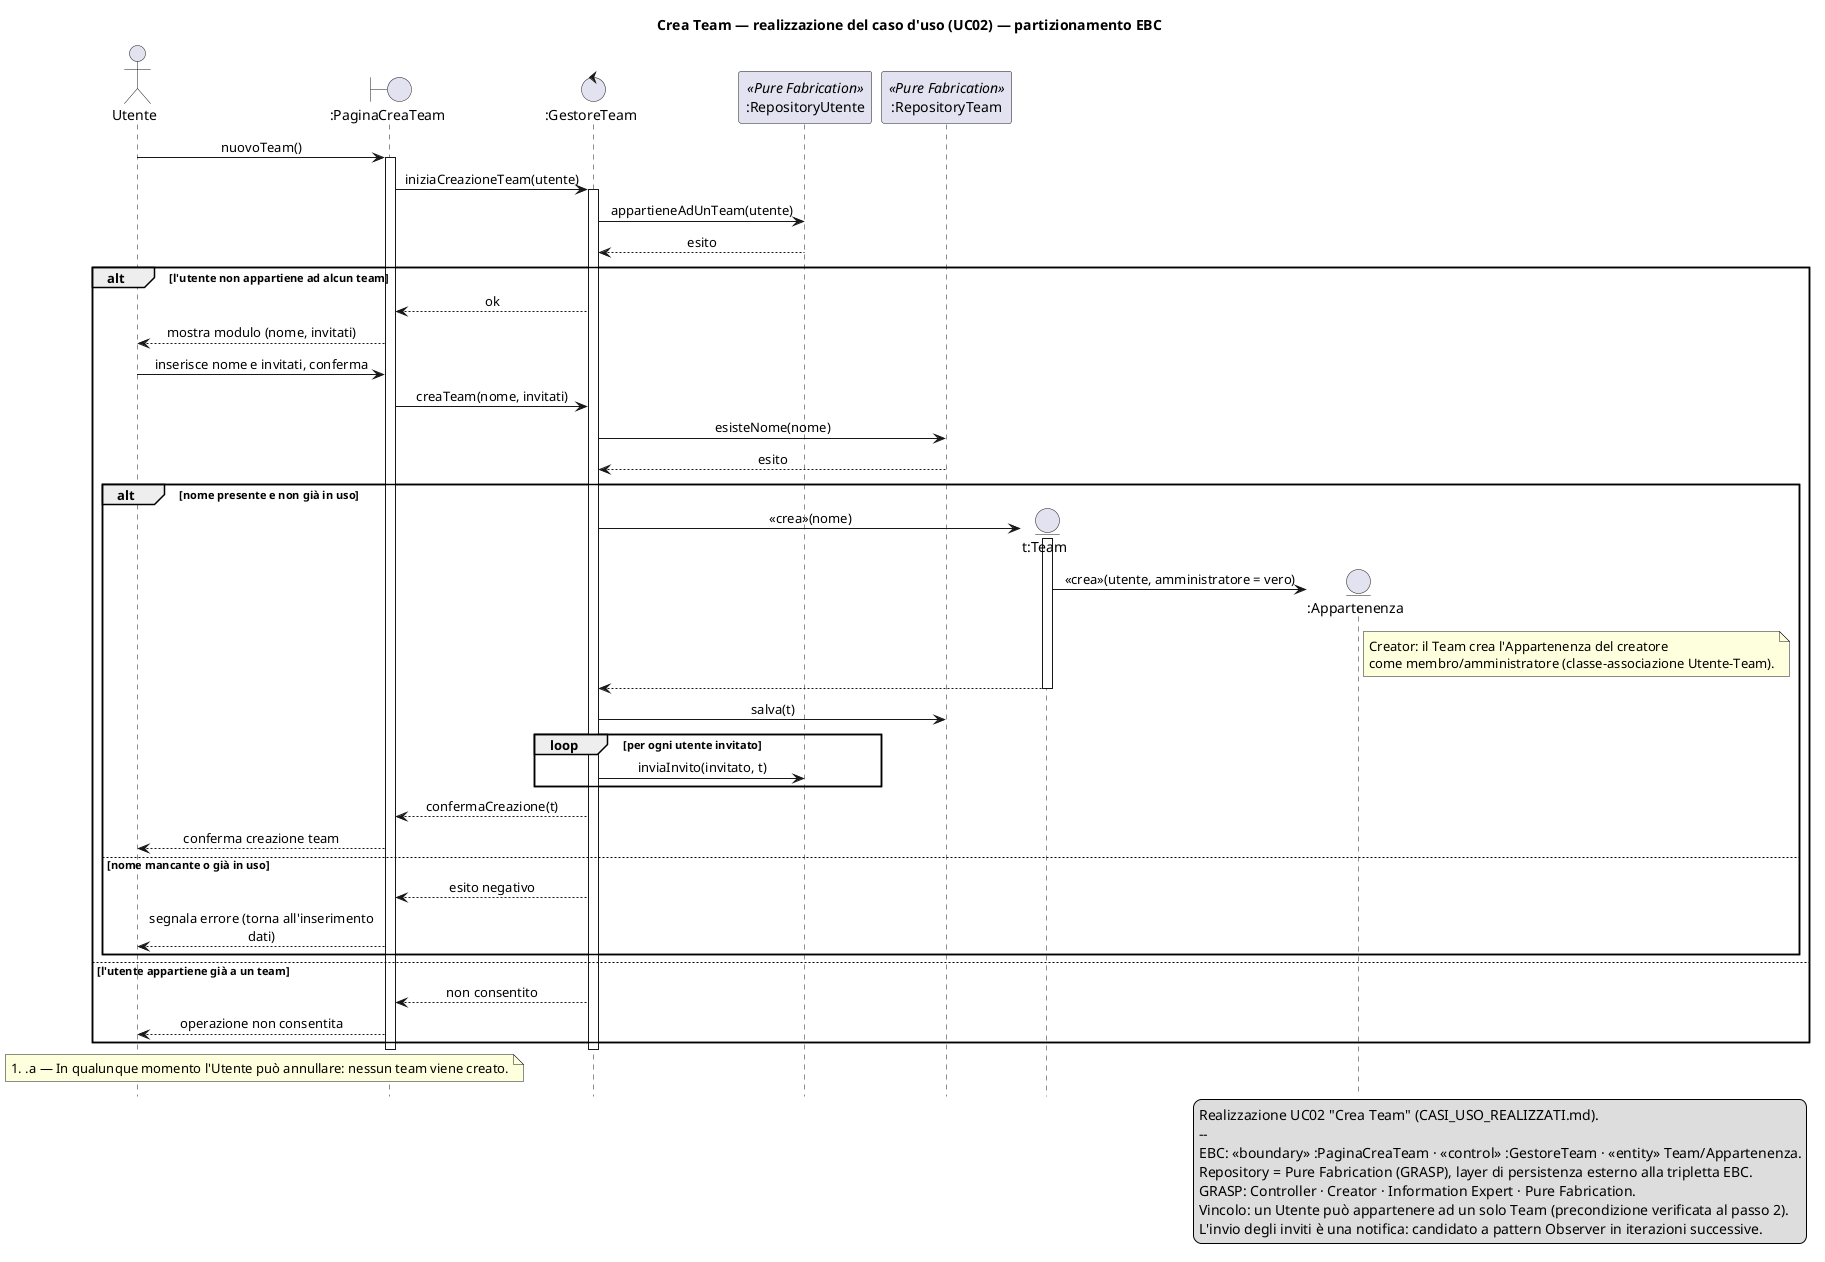
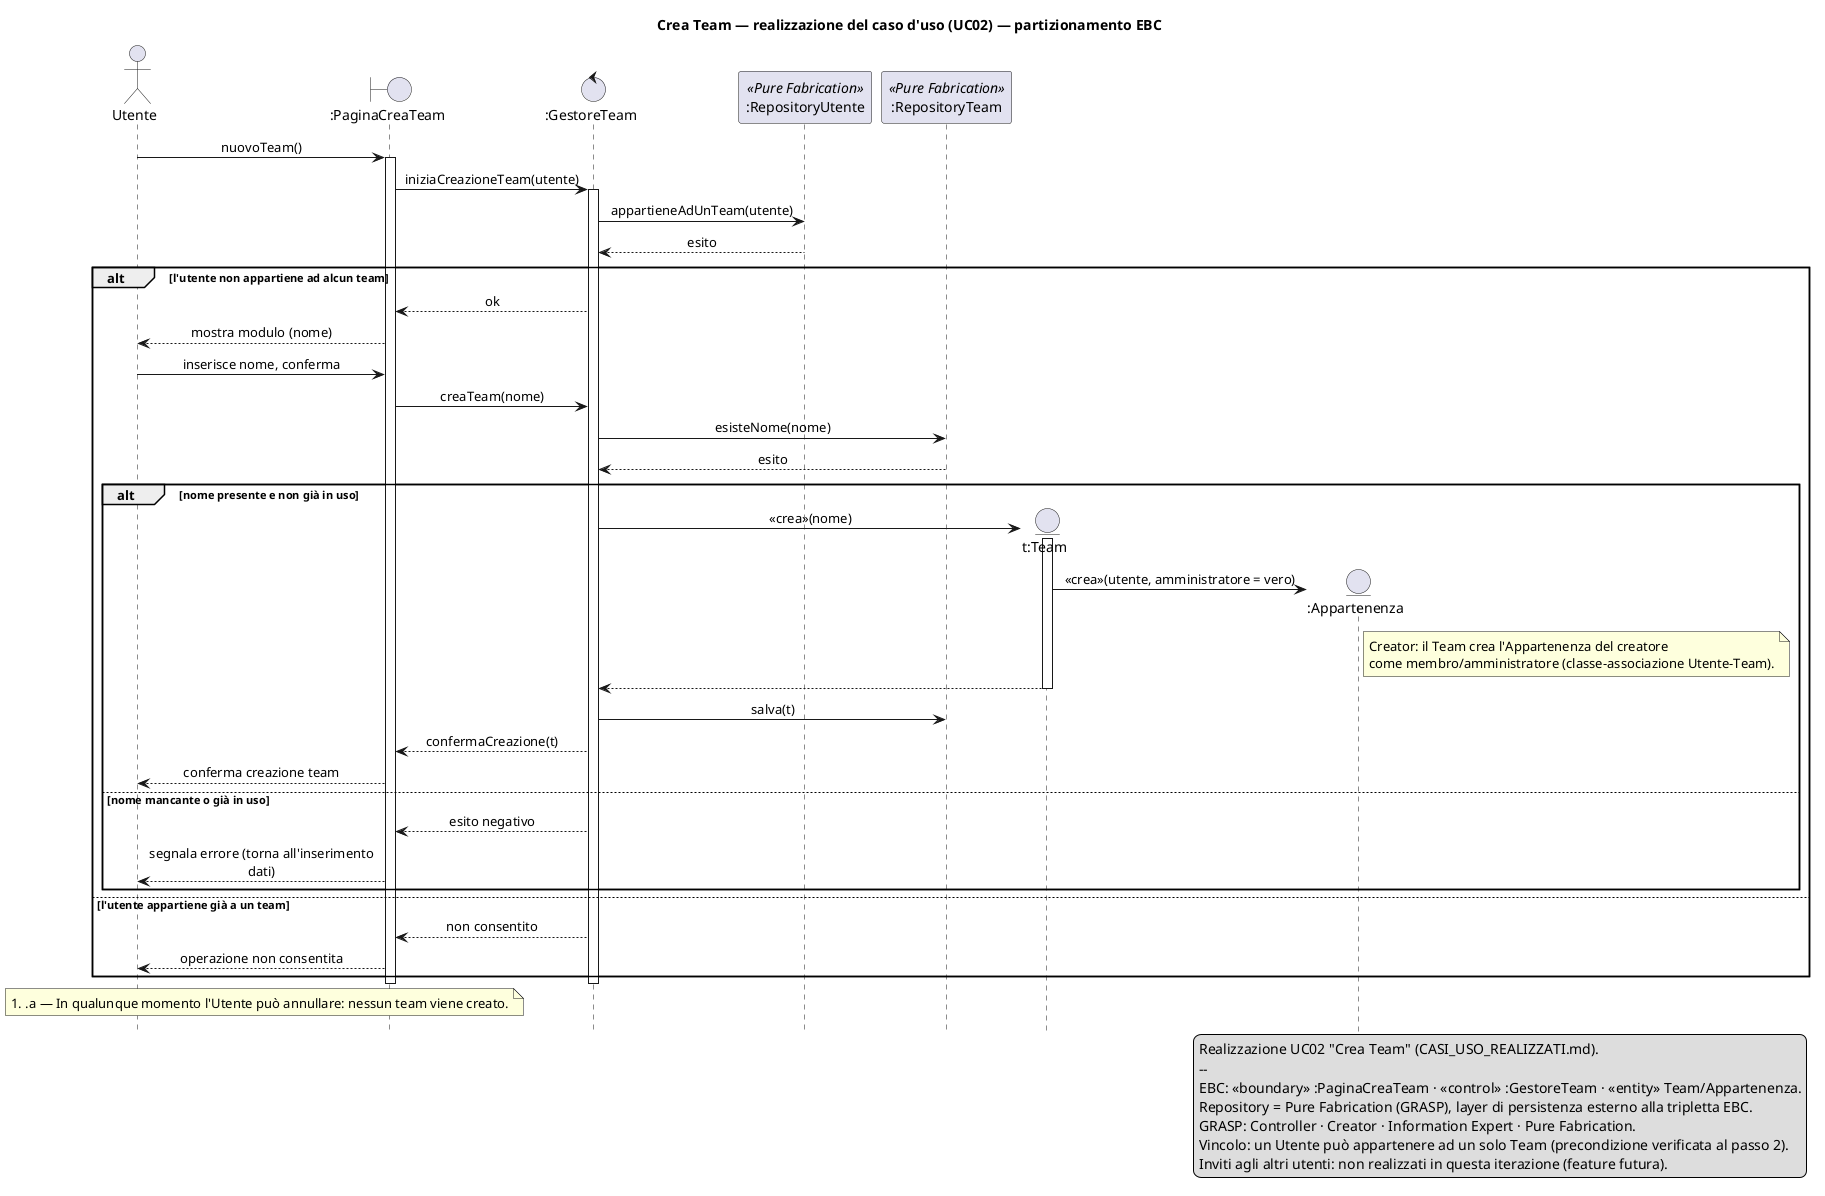
@startuml SEQ_CreaTeam
' DIAGRAMMA DI SEQUENZA - Realizzazione "Crea Team" (1a iterazione HackHub, UC02).
' Notazione: UML_05_Interazioni (linee di vita, focus, messaggi sincroni/ritorno/«crea», frammenti alt/opt/loop).
' Stile UML_05 slide 2: niente tipi dei parametri. Coerente con CLASSI_ANALISI_REALIZZATI.puml e CASI_USO_REALIZZATI.md.
' Partizionamento EBC: boundary = pagina UI, control = GestoreTeam (GRASP Controller, "il C del BCE"), entity = dominio.
' GRASP: Controller, Creator (Team crea l'Appartenenza del creatore), Information Expert,
'        Pure Fabrication (Repository: persistenza, complementare all'EBC).
' Nessun pattern State: il Team non ha un ciclo di vita a stati.
hide footbox
skinparam shadowing false
skinparam sequenceMessageAlign center
skinparam maxMessageSize 240

title Crea Team — realizzazione del caso d'uso (UC02) — partizionamento EBC

actor "Utente" as Ut
boundary ":PaginaCreaTeam" as B
control ":GestoreTeam" as GT
participant ":RepositoryUtente" as RU <<Pure Fabrication>>
participant ":RepositoryTeam" as RT <<Pure Fabrication>>

Ut -> B : nuovoTeam()
activate B
B -> GT : iniziaCreazioneTeam(utente)
activate GT
GT -> RU : appartieneAdUnTeam(utente)
RU --> GT : esito

alt l'utente non appartiene ad alcun team
    GT --> B : ok
-     B --> Ut : mostra modulo (nome, invitati)
-     Ut -> B : inserisce nome e invitati, conferma
-     B -> GT : creaTeam(nome, invitati)
+     B --> Ut : mostra modulo (nome)
+     Ut -> B : inserisce nome, conferma
+     B -> GT : creaTeam(nome)
    GT -> RT : esisteNome(nome)
    RT --> GT : esito
    alt nome presente e non già in uso
        create entity "t:Team" as T
        GT -> T : «crea»(nome)
        activate T
        create entity ":Appartenenza" as App
        T -> App : «crea»(utente, amministratore = vero)
        note right of App
          Creator: il Team crea l'Appartenenza del creatore
          come membro/amministratore (classe-associazione Utente–Team).
        end note
        T --> GT
        deactivate T
        GT -> RT : salva(t)
-         loop per ogni utente invitato
-             GT -> RU : inviaInvito(invitato, t)
-         end
        GT --> B : confermaCreazione(t)
        B --> Ut : conferma creazione team
    else nome mancante o già in uso
        GT --> B : esito negativo
        B --> Ut : segnala errore (torna all'inserimento dati)
    end
else l'utente appartiene già a un team
    GT --> B : non consentito
    B --> Ut : operazione non consentita
end
deactivate GT
deactivate B

note over Ut, B
  #.a — In qualunque momento l'Utente può annullare: nessun team viene creato.
end note

legend right
  Realizzazione UC02 "Crea Team" (CASI_USO_REALIZZATI.md).
  --
  EBC: «boundary» :PaginaCreaTeam · «control» :GestoreTeam · «entity» Team/Appartenenza.
  Repository = Pure Fabrication (GRASP), layer di persistenza esterno alla tripletta EBC.
  GRASP: Controller · Creator · Information Expert · Pure Fabrication.
  Vincolo: un Utente può appartenere ad un solo Team (precondizione verificata al passo 2).
-   L'invio degli inviti è una notifica: candidato a pattern Observer in iterazioni successive.
+   Inviti agli altri utenti: non realizzati in questa iterazione (feature futura).
endlegend
@enduml
